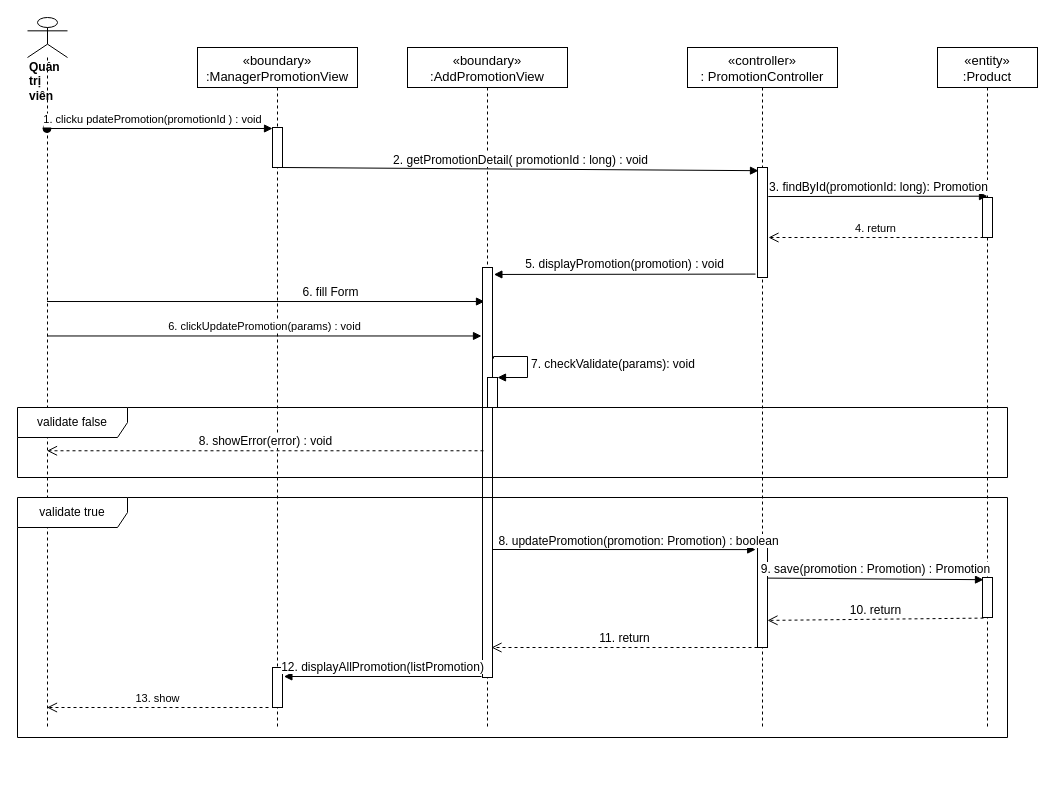
This is sequence diagram/update-promotion-manager-sequence (1).drawio from nguyenphamvan/datn_20202, a draw.io file, before an edit. Source tidied: cells renumbered, new cells numbered last; positions are measured from the earlier drawing's top-left corner, leaving out a move shared by most shapes. Both pictures are drawn from the tidied source at 100%, with x=0, y=0 at pixel (17, 17).
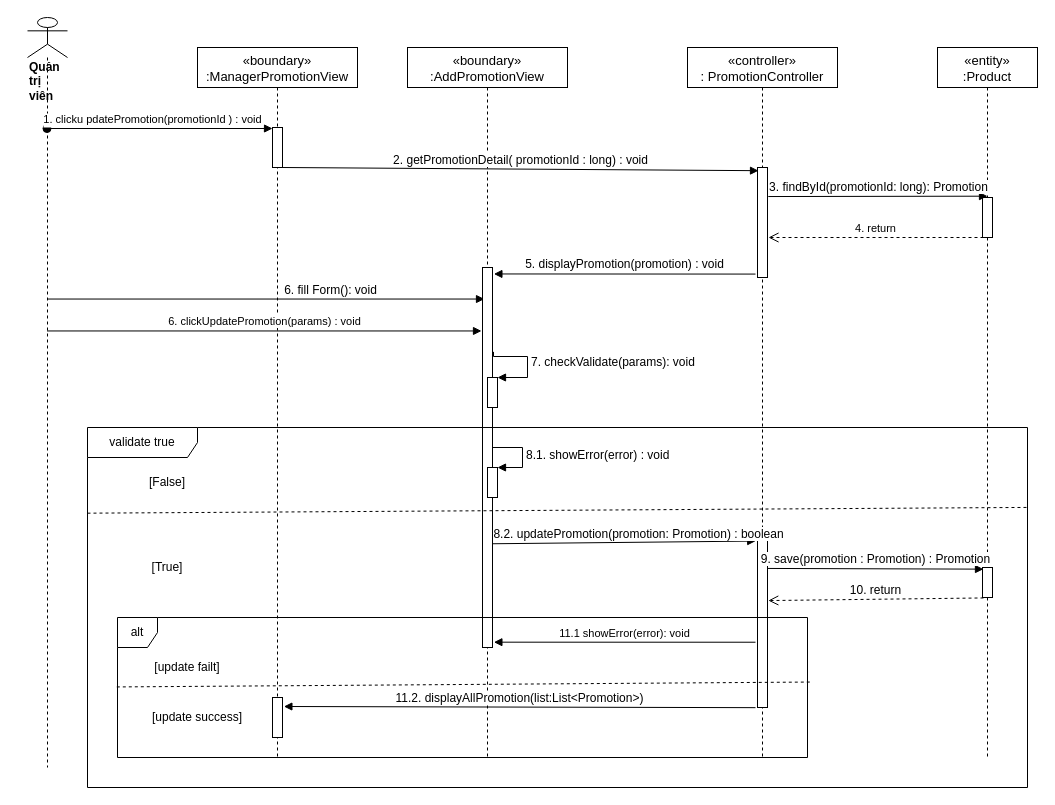
Above is the later version.

The edit, as a diff of the source:
```diff
@@
     <mxCell id="2" value="«boundary»&#10;:AddPromotionView" style="shape=umlLifeline;perimeter=lifelinePerimeter;rounded=0;shadow=0;strokeWidth=1;fontSize=13;" parent="1" vertex="1">
-      <mxGeometry x="390" y="30" width="160" height="680" as="geometry" />
+      <mxGeometry x="390" y="30" width="160" height="710" as="geometry" />
     </mxCell>
     <mxCell id="3" value="«controller»&#10;: PromotionController" style="shape=umlLifeline;perimeter=lifelinePerimeter;rounded=0;shadow=0;strokeWidth=1;fontSize=13;" parent="1" vertex="1">
-      <mxGeometry x="670" y="30" width="150" height="680" as="geometry" />
+      <mxGeometry x="670" y="30" width="150" height="710" as="geometry" />
     </mxCell>
     <mxCell id="4" style="points=[];perimeter=orthogonalPerimeter;rounded=0;shadow=0;strokeWidth=1;" parent="3" vertex="1">
-      <mxGeometry x="70" y="500" width="10" height="100" as="geometry" />
+      <mxGeometry x="70" y="490" width="10" height="170" as="geometry" />
     </mxCell>
     <mxCell id="5" value="&lt;div&gt;&lt;b&gt;Quản trị viên&lt;/b&gt;&lt;/div&gt;" style="shape=umlLifeline;participant=umlActor;perimeter=lifelinePerimeter;whiteSpace=wrap;html=1;verticalAlign=top;spacingTop=36;outlineConnect=0;align=left;size=40;" parent="1" vertex="1">
-      <mxGeometry x="10" width="40" height="710" as="geometry" />
+      <mxGeometry x="10" width="40" height="750" as="geometry" />
     </mxCell>
@@
     <mxCell id="7" value="«entity»&#10;:Product" style="shape=umlLifeline;perimeter=lifelinePerimeter;rounded=0;shadow=0;strokeWidth=1;fontSize=13;" parent="1" vertex="1">
-      <mxGeometry x="920" y="30" width="100" height="680" as="geometry" />
+      <mxGeometry x="920" y="30" width="100" height="710" as="geometry" />
     </mxCell>
     <mxCell id="8" style="points=[];perimeter=orthogonalPerimeter;rounded=0;shadow=0;strokeWidth=1;" parent="7" vertex="1">
-      <mxGeometry x="45" y="530" width="10" height="40" as="geometry" />
+      <mxGeometry x="45" y="520" width="10" height="30" as="geometry" />
     </mxCell>
-    <mxCell id="9" value="&lt;font style=&quot;font-size: 12px&quot;&gt;9. save(promotion : Promotion) : Promotion&lt;/font&gt;" style="html=1;verticalAlign=bottom;endArrow=block;entryX=0.1;entryY=0.055;entryDx=0;entryDy=0;entryPerimeter=0;exitX=1;exitY=0.306;exitDx=0;exitDy=0;exitPerimeter=0;" parent="1" edge="1" source="4" target="8">
+    <mxCell id="9" value="&lt;font style=&quot;font-size: 12px&quot;&gt;9. save(promotion : Promotion) : Promotion&lt;/font&gt;" style="html=1;verticalAlign=bottom;endArrow=block;entryX=0.1;entryY=0.055;entryDx=0;entryDy=0;entryPerimeter=0;exitX=1;exitY=0.182;exitDx=0;exitDy=0;exitPerimeter=0;" parent="1" edge="1" source="4" target="8">
       <mxGeometry relative="1" as="geometry" />
     </mxCell>
-    <mxCell id="10" value="&lt;font style=&quot;font-size: 12px&quot;&gt;10. return&lt;/font&gt;" style="html=1;verticalAlign=bottom;endArrow=open;dashed=1;endSize=8;exitX=0.1;exitY=1.015;exitDx=0;exitDy=0;exitPerimeter=0;entryX=1;entryY=0.729;entryDx=0;entryDy=0;entryPerimeter=0;" parent="1" edge="1" source="8" target="4">
+    <mxCell id="10" value="&lt;font style=&quot;font-size: 12px&quot;&gt;10. return&lt;/font&gt;" style="html=1;verticalAlign=bottom;endArrow=open;dashed=1;endSize=8;exitX=0.1;exitY=1.015;exitDx=0;exitDy=0;exitPerimeter=0;entryX=1.08;entryY=0.371;entryDx=0;entryDy=0;entryPerimeter=0;" parent="1" edge="1" source="8" target="4">
       <mxGeometry relative="1" as="geometry" />
     </mxCell>
-    <mxCell id="11" value="&lt;font style=&quot;font-size: 12px&quot;&gt;6. fill Form&lt;/font&gt;" style="html=1;verticalAlign=bottom;endArrow=block;entryX=0.2;entryY=0.083;entryDx=0;entryDy=0;entryPerimeter=0;" parent="1" edge="1" source="5" target="15">
+    <mxCell id="11" value="&lt;font style=&quot;font-size: 12px&quot;&gt;6. fill Form(): void&lt;/font&gt;" style="html=1;verticalAlign=bottom;endArrow=block;entryX=0.2;entryY=0.083;entryDx=0;entryDy=0;entryPerimeter=0;" parent="1" edge="1" source="5" target="15">
       <mxGeometry x="0.29" relative="1" as="geometry">
         <mxPoint x="1" as="offset" />
       </mxGeometry>
     </mxCell>
-    <mxCell id="12" value="&lt;font style=&quot;font-size: 12px&quot;&gt;8. updatePromotion(promotion: Promotion) : boolean&lt;/font&gt;" style="html=1;verticalAlign=bottom;endArrow=block;entryX=-0.18;entryY=0.021;entryDx=0;entryDy=0;entryPerimeter=0;" parent="1" edge="1" target="4">
-      <mxGeometry x="0.11" y="-1" relative="1" as="geometry">
-        <mxPoint x="474" y="532" as="sourcePoint" />
-      </mxGeometry>
+    <mxCell id="12" value="&lt;font style=&quot;font-size: 12px&quot;&gt;8.2. updatePromotion(promotion: Promotion) : boolean&lt;/font&gt;" style="html=1;verticalAlign=bottom;endArrow=block;entryX=-0.18;entryY=0.021;entryDx=0;entryDy=0;entryPerimeter=0;exitX=0.98;exitY=0.727;exitDx=0;exitDy=0;exitPerimeter=0;" parent="1" edge="1" source="15" target="4">
+      <mxGeometry x="0.11" y="-1" relative="1" as="geometry" />
     </mxCell>
     <mxCell id="13" value="«boundary»&#10;:ManagerPromotionView" style="shape=umlLifeline;perimeter=lifelinePerimeter;rounded=0;shadow=0;strokeWidth=1;fontSize=13;" parent="1" vertex="1">
-      <mxGeometry x="180" y="30" width="160" height="680" as="geometry" />
+      <mxGeometry x="180" y="30" width="160" height="710" as="geometry" />
     </mxCell>
@@
     <mxCell id="15" style="html=1;points=[];perimeter=orthogonalPerimeter;" parent="1" vertex="1">
-      <mxGeometry x="465" y="250" width="10" height="410" as="geometry" />
+      <mxGeometry x="465" y="250" width="10" height="380" as="geometry" />
     </mxCell>
@@
-    <mxCell id="18" value="&lt;font style=&quot;font-size: 12px&quot;&gt;8. showError(error) : void&lt;/font&gt;" style="html=1;verticalAlign=bottom;endArrow=open;dashed=1;endSize=8;exitX=0.1;exitY=0.447;exitDx=0;exitDy=0;exitPerimeter=0;" parent="1" edge="1" source="15" target="5">
-      <mxGeometry relative="1" as="geometry" />
-    </mxCell>
-    <mxCell id="19" value="validate false" style="shape=umlFrame;whiteSpace=wrap;html=1;width=110;height=30;" parent="1" vertex="1">
-      <mxGeometry y="390" width="990" height="70" as="geometry" />
+    <mxCell id="19" value="alt" style="shape=umlFrame;whiteSpace=wrap;html=1;width=40;height=30;" parent="1" vertex="1">
+      <mxGeometry x="100" y="600" width="690" height="140" as="geometry" />
     </mxCell>
-    <mxCell id="20" value="&lt;font style=&quot;font-size: 12px&quot;&gt;11. return&lt;/font&gt;" style="html=1;verticalAlign=bottom;endArrow=open;dashed=1;endSize=8;exitX=0;exitY=1;exitDx=0;exitDy=0;exitPerimeter=0;" parent="1" edge="1" source="4">
-      <mxGeometry relative="1" as="geometry">
-        <mxPoint x="474" y="630" as="targetPoint" />
-      </mxGeometry>
-    </mxCell>
     <mxCell id="21" style="html=1;points=[];perimeter=orthogonalPerimeter;" parent="1" vertex="1">
-      <mxGeometry x="255" y="650" width="10" height="40" as="geometry" />
+      <mxGeometry x="255" y="680" width="10" height="40" as="geometry" />
     </mxCell>
-    <mxCell id="22" value="&lt;font face=&quot;helvetica&quot;&gt;13. show&lt;/font&gt;" style="html=1;verticalAlign=bottom;endArrow=open;dashed=1;endSize=8;exitX=-0.4;exitY=1;exitDx=0;exitDy=0;exitPerimeter=0;" parent="1" edge="1" source="21" target="5">
-      <mxGeometry relative="1" as="geometry" />
-    </mxCell>
@@
     <mxCell id="29" value="validate true" style="shape=umlFrame;whiteSpace=wrap;html=1;width=110;height=30;" parent="1" vertex="1">
-      <mxGeometry y="480" width="990" height="240" as="geometry" />
+      <mxGeometry x="70" y="410" width="940" height="360" as="geometry" />
     </mxCell>
-    <mxCell id="30" value="&lt;span style=&quot;font-family: &amp;#34;helvetica&amp;#34;&quot;&gt;&lt;font style=&quot;font-size: 12px&quot;&gt;12. displayAllPromotion(listPromotion)&lt;/font&gt;&lt;/span&gt;" style="html=1;verticalAlign=bottom;endArrow=block;entryX=1.14;entryY=0.225;entryDx=0;entryDy=0;entryPerimeter=0;" parent="1" edge="1" target="21">
-      <mxGeometry relative="1" as="geometry">
-        <mxPoint x="464" y="659" as="sourcePoint" />
-      </mxGeometry>
+    <mxCell id="30" value="&lt;span style=&quot;font-family: &amp;#34;helvetica&amp;#34;&quot;&gt;&lt;font style=&quot;font-size: 12px&quot;&gt;11.2. displayAllPromotion(list:List&amp;lt;Promotion&amp;gt;)&lt;/font&gt;&lt;/span&gt;" style="html=1;verticalAlign=bottom;endArrow=block;entryX=1.14;entryY=0.225;entryDx=0;entryDy=0;entryPerimeter=0;exitX=-0.2;exitY=1.001;exitDx=0;exitDy=0;exitPerimeter=0;" parent="1" edge="1" source="4" target="21">
+      <mxGeometry relative="1" as="geometry" />
     </mxCell>
@@
+    <mxCell id="32" style="html=1;points=[];perimeter=orthogonalPerimeter;" parent="1" vertex="1">
+      <mxGeometry x="470" y="450" width="10" height="30" as="geometry" />
+    </mxCell>
+    <mxCell id="33" value="&lt;span style=&quot;font-size: 12px ; text-align: center&quot;&gt;8.1. showError(error) : void&lt;/span&gt;" style="edgeStyle=orthogonalEdgeStyle;html=1;align=left;spacingLeft=2;endArrow=block;rounded=0;entryX=1;entryY=0;" parent="1" edge="1" target="32">
+      <mxGeometry relative="1" as="geometry">
+        <mxPoint x="475" y="430" as="sourcePoint" />
+        <Array as="points">
+          <mxPoint x="505" y="430" />
+        </Array>
+      </mxGeometry>
+    </mxCell>
+    <mxCell id="34" value="11.1 showError(error): void" style="html=1;verticalAlign=bottom;endArrow=block;exitX=-0.2;exitY=0.616;exitDx=0;exitDy=0;exitPerimeter=0;entryX=1.14;entryY=0.986;entryDx=0;entryDy=0;entryPerimeter=0;" parent="1" edge="1" source="4" target="15">
+      <mxGeometry relative="1" as="geometry" />
+    </mxCell>
+    <mxCell id="35" style="endArrow=none;dashed=1;html=1;entryX=1.002;entryY=0.222;entryDx=0;entryDy=0;entryPerimeter=0;exitX=0;exitY=0.238;exitDx=0;exitDy=0;exitPerimeter=0;" parent="1" edge="1" source="29" target="29">
+      <mxGeometry relative="1" as="geometry" />
+    </mxCell>
+    <mxCell id="36" style="endArrow=none;dashed=1;html=1;entryX=1.005;entryY=0.461;entryDx=0;entryDy=0;entryPerimeter=0;exitX=-0.001;exitY=0.496;exitDx=0;exitDy=0;exitPerimeter=0;" parent="1" edge="1" source="19" target="19">
+      <mxGeometry relative="1" as="geometry" />
+    </mxCell>
+    <mxCell id="37" value="[update failt]" style="text;html=1;strokeColor=none;fillColor=none;align=center;verticalAlign=middle;whiteSpace=wrap;rounded=0;" parent="1" vertex="1">
+      <mxGeometry x="130" y="640" width="80" height="20" as="geometry" />
+    </mxCell>
+    <mxCell id="38" value="[update success]" style="text;html=1;strokeColor=none;fillColor=none;align=center;verticalAlign=middle;whiteSpace=wrap;rounded=0;" parent="1" vertex="1">
+      <mxGeometry x="120" y="690" width="120" height="20" as="geometry" />
+    </mxCell>
+    <mxCell id="39" value="[False]" style="text;html=1;strokeColor=none;fillColor=none;align=center;verticalAlign=middle;whiteSpace=wrap;rounded=0;" parent="1" vertex="1">
+      <mxGeometry x="130" y="455" width="40" height="20" as="geometry" />
+    </mxCell>
+    <mxCell id="40" value="[True]" style="text;html=1;strokeColor=none;fillColor=none;align=center;verticalAlign=middle;whiteSpace=wrap;rounded=0;" parent="1" vertex="1">
+      <mxGeometry x="130" y="540" width="40" height="20" as="geometry" />
+    </mxCell>
```
